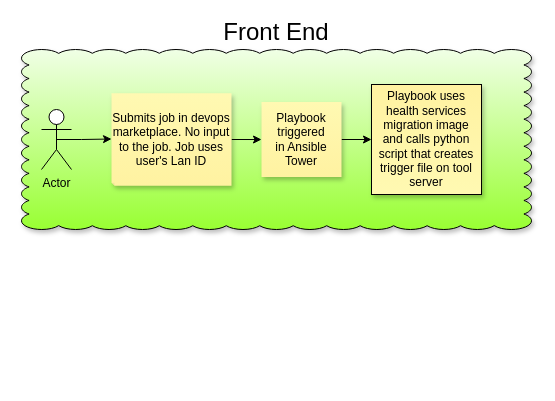
This is diagram.drawio from kpac062/hello-github-actions, a draw.io file, before an edit. Source tidied: cells renumbered, new cells numbered last; positions are measured from the earlier drawing's top-left corner, leaving out a move shared by most shapes. Both pictures are drawn from the tidied source at 100%, with x=0, y=0 at pixel (21, 49).
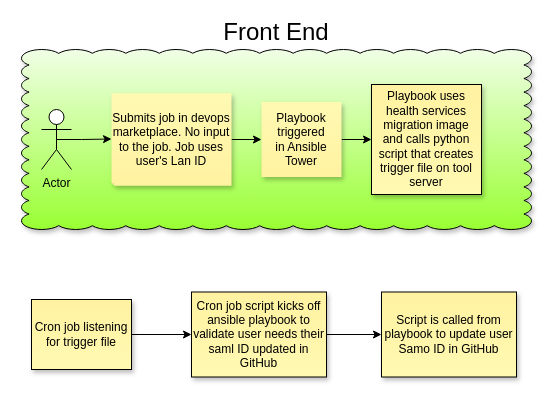
Above is the later version.

What changed in the source:
```diff
@@
 <mxGraphModel>
   <root>
     <mxCell id="0" />
     <mxCell id="1" parent="0" />
     <mxCell id="2" value="&lt;font style=&quot;font-size: 24px;&quot;&gt;Front End&lt;/font&gt;" style="whiteSpace=wrap;html=1;shape=mxgraph.basic.cloud_rect;shadow=1;fillStyle=solid;fontFamily=Helvetica;fontSize=12;fontColor=#000000;fillColor=#99FF33;gradientColor=#F0FFE6;gradientDirection=north;labelBackgroundColor=none;labelPosition=center;verticalLabelPosition=top;align=center;verticalAlign=bottom;" parent="1" vertex="1">
       <mxGeometry width="510" height="180" as="geometry" />
     </mxCell>
     <mxCell id="3" style="edgeStyle=orthogonalEdgeStyle;rounded=0;jettySize=auto;html=1;exitX=0.5;exitY=0.5;exitDx=0;exitDy=0;exitPerimeter=0;entryX=0;entryY=0.492;entryDx=0;entryDy=0;entryPerimeter=0;" parent="1" edge="1" source="4">
       <mxGeometry relative="1" as="geometry">
         <mxPoint x="90" y="89.5" as="targetPoint" />
         <Array as="points">
           <mxPoint x="60" y="90" />
           <mxPoint x="60" y="90" />
         </Array>
       </mxGeometry>
     </mxCell>
     <mxCell id="4" value="Actor" style="shape=umlActor;verticalLabelPosition=bottom;verticalAlign=top;html=1;outlineConnect=0;" parent="1" vertex="1">
       <mxGeometry x="20" y="60" width="30" height="60" as="geometry" />
     </mxCell>
     <mxCell id="5" style="edgeStyle=orthogonalEdgeStyle;rounded=0;jettySize=auto;html=1;exitX=0;exitY=0.5;exitDx=0;exitDy=0;exitPerimeter=0;entryX=0;entryY=0;entryDx=80;entryDy=37.375;entryPerimeter=0;fontFamily=Helvetica;fontSize=12;fontColor=#000000;" parent="1" edge="1" source="6" target="8">
       <mxGeometry relative="1" as="geometry" />
     </mxCell>
     <mxCell id="6" value="Submits job in devops marketplace. No input to the job. Job uses user's Lan ID" style="shape=note;whiteSpace=wrap;html=1;backgroundOutline=1;fontColor=#000000;darkOpacity=0.05;fillColor=#FFF9B2;strokeColor=none;fillStyle=solid;direction=west;gradientDirection=north;gradientColor=#FFF2A1;shadow=1;size=3;" parent="1" vertex="1">
       <mxGeometry x="90" y="43.8" width="120" height="92.4" as="geometry" />
     </mxCell>
     <mxCell id="7" style="edgeStyle=orthogonalEdgeStyle;rounded=0;jettySize=auto;html=1;exitX=0;exitY=0.5;exitDx=0;exitDy=0;exitPerimeter=0;entryX=0;entryY=0.5;entryDx=0;entryDy=0;fontFamily=Helvetica;fontSize=12;fontColor=#000000;" parent="1" edge="1" source="8" target="9">
       <mxGeometry relative="1" as="geometry" />
     </mxCell>
     <mxCell id="8" value="Playbook triggered&lt;br&gt;in Ansible Tower" style="shape=note;whiteSpace=wrap;html=1;backgroundOutline=1;fontColor=#000000;darkOpacity=0.05;fillColor=#FFF9B2;strokeColor=none;fillStyle=solid;direction=west;gradientDirection=north;gradientColor=#FFF2A1;shadow=1;size=0;fontFamily=Helvetica;fontSize=12;" parent="1" vertex="1">
       <mxGeometry x="240" y="52.6" width="80" height="74.8" as="geometry" />
     </mxCell>
     <mxCell id="9" value="Playbook uses health services migration image and calls python script that creates trigger file on tool server" style="whiteSpace=wrap;html=1;shadow=1;fillStyle=solid;fontFamily=Helvetica;fontSize=12;fontColor=#000000;fillColor=#FFF9B2;gradientColor=#FFF2A1;gradientDirection=north;" parent="1" vertex="1">
       <mxGeometry x="350" y="35" width="110" height="110" as="geometry" />
     </mxCell>
+    <mxCell id="10" style="edgeStyle=orthogonalEdgeStyle;rounded=0;jettySize=auto;html=1;fontFamily=Helvetica;fontSize=12;fontColor=#000000;" parent="1" edge="1" source="11" target="13">
+      <mxGeometry relative="1" as="geometry" />
+    </mxCell>
+    <mxCell id="11" value="Cron job listening for trigger file" style="rounded=0;whiteSpace=wrap;html=1;shadow=1;fillStyle=solid;fontFamily=Helvetica;fontSize=12;fontColor=#000000;fillColor=#FFF9B2;gradientColor=#FFF2A1;gradientDirection=north;" parent="1" vertex="1">
+      <mxGeometry x="10" y="250" width="100" height="70" as="geometry" />
+    </mxCell>
+    <mxCell id="12" style="edgeStyle=orthogonalEdgeStyle;rounded=0;jettySize=auto;html=1;fontFamily=Helvetica;fontSize=12;fontColor=#000000;" parent="1" edge="1" source="13" target="14">
+      <mxGeometry relative="1" as="geometry" />
+    </mxCell>
+    <mxCell id="13" value="Cron job script kicks off ansible playbook to validate user needs their saml ID updated in GitHub" style="whiteSpace=wrap;html=1;fillColor=#FFF9B2;fontColor=#000000;rounded=0;shadow=1;fillStyle=solid;gradientColor=#FFF2A1;gradientDirection=north;" parent="1" vertex="1">
+      <mxGeometry x="170" y="242.5" width="135" height="85" as="geometry" />
+    </mxCell>
+    <mxCell id="14" value="Script is called from playbook to update user Samo ID in GitHub" style="whiteSpace=wrap;html=1;fillColor=#FFF9B2;fontColor=#000000;rounded=0;shadow=1;fillStyle=solid;gradientColor=#FFF2A1;gradientDirection=north;" parent="1" vertex="1">
+      <mxGeometry x="360" y="242.5" width="135" height="85" as="geometry" />
+    </mxCell>
   </root>
 </mxGraphModel>
```
